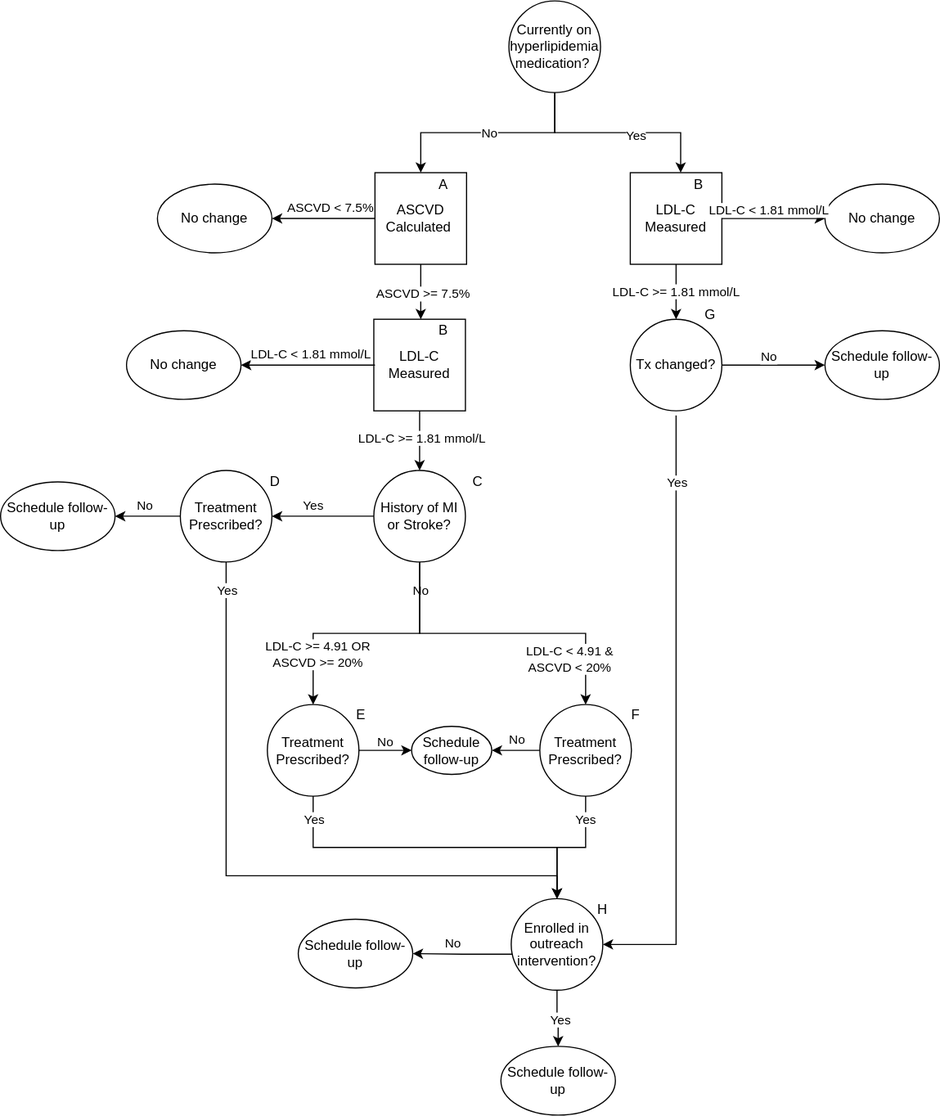
Earlier version of the draw.io export docs/source/concept_models/vivarium_us_cvd/ldl_ramp_all.svg (ihmeuw/vivarium_research). Source tidied: cells renumbered, new cells last; positions are measured from the earlier drawing's top-left corner, leaving out a move shared by most shapes.
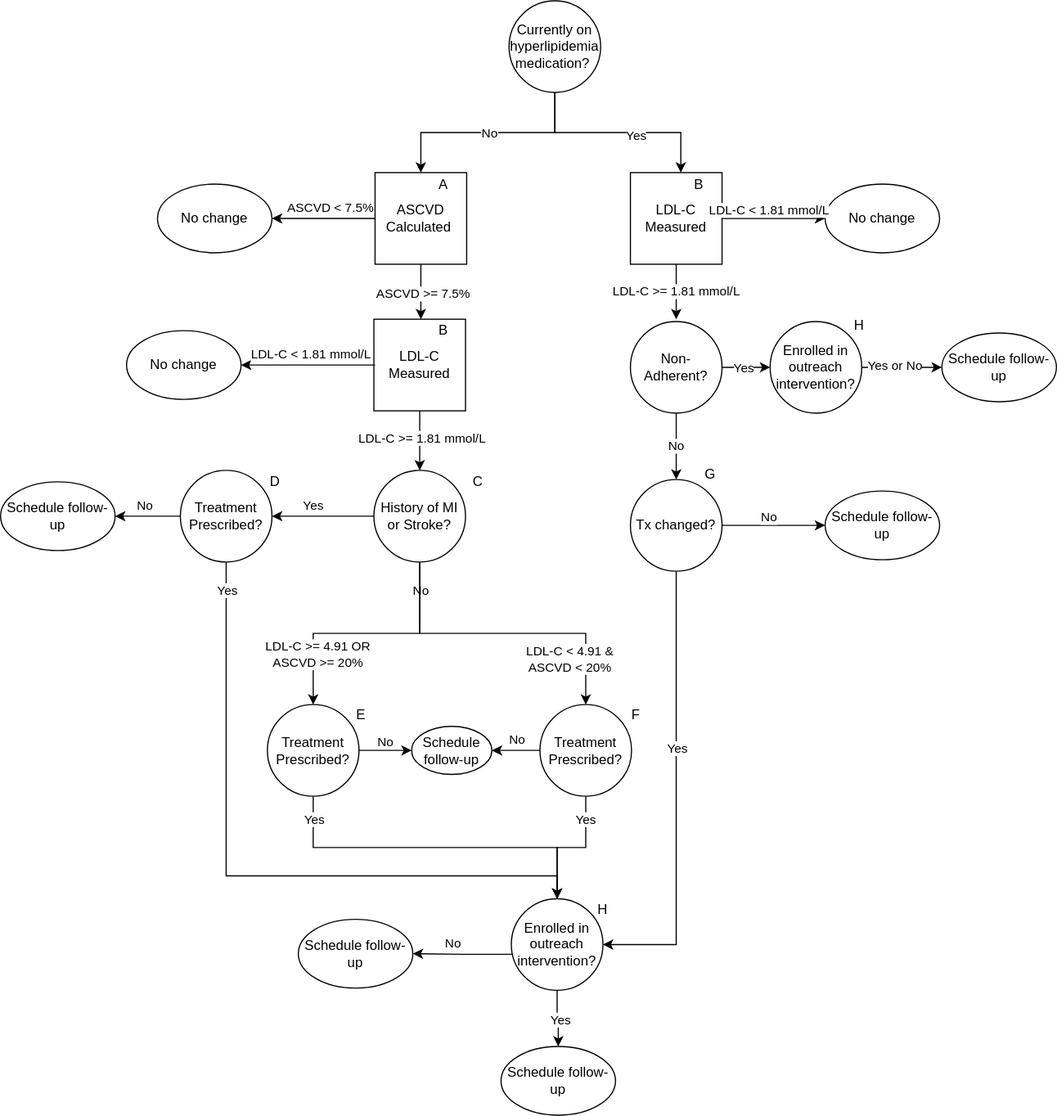
After the commit.

Commit message:
Updating SBP and LDL-C ramps to allow non-adherent folks on interventions

The edit, as a diff of the source:
```diff
@@ -128,9 +128,8 @@
         </Array>
       </mxGeometry>
     </mxCell>
-    <mxCell id="34" style="edgeStyle=orthogonalEdgeStyle;rounded=0;jettySize=auto;html=1;exitX=0.5;exitY=1;exitDx=0;exitDy=0;entryX=1;entryY=0.5;entryDx=0;entryDy=0;" parent="1" edge="1" target="20">
+    <mxCell id="34" style="edgeStyle=orthogonalEdgeStyle;rounded=0;jettySize=auto;html=1;entryX=1;entryY=0.5;entryDx=0;entryDy=0;exitX=0.5;exitY=1;exitDx=0;exitDy=0;" parent="1" edge="1" source="43" target="20">
       <mxGeometry relative="1" as="geometry">
-        <mxPoint x="590" y="362" as="sourcePoint" />
         <Array as="points">
           <mxPoint x="590" y="824" />
         </Array>
@@ -138,11 +137,11 @@
     </mxCell>
     <mxCell id="35" value="Yes" style="edgeLabel;html=1;align=center;verticalAlign=middle;" parent="34" vertex="1">
       <mxGeometry x="0.02" y="1" relative="1" as="geometry">
-        <mxPoint x="-1" y="-211" as="offset" />
+        <mxPoint x="-1" y="-46" as="offset" />
       </mxGeometry>
     </mxCell>
     <mxCell id="36" value="G" style="text;html=1;strokeColor=none;fillColor=none;align=center;verticalAlign=middle;whiteSpace=wrap;rounded=0;" parent="1" vertex="1">
-      <mxGeometry x="610" y="264" width="20" height="20" as="geometry" />
+      <mxGeometry x="610" y="404" width="20" height="20" as="geometry" />
     </mxCell>
     <mxCell id="37" value="No change" style="ellipse;whiteSpace=wrap;html=1;" parent="1" vertex="1">
       <mxGeometry x="720" y="160" width="100" height="60" as="geometry" />
@@ -164,10 +163,10 @@
       </mxGeometry>
     </mxCell>
     <mxCell id="42" value="Schedule follow-up" style="ellipse;whiteSpace=wrap;html=1;" parent="1" vertex="1">
-      <mxGeometry x="720" y="288" width="100" height="60" as="geometry" />
+      <mxGeometry x="720" y="428" width="100" height="60" as="geometry" />
     </mxCell>
     <mxCell id="43" value="Tx changed?" style="ellipse;whiteSpace=wrap;html=1;" parent="1" vertex="1">
-      <mxGeometry x="550" y="278" width="80" height="80" as="geometry" />
+      <mxGeometry x="550" y="418" width="80" height="80" as="geometry" />
     </mxCell>
     <mxCell id="44" value="A" style="text;html=1;strokeColor=none;fillColor=none;align=center;verticalAlign=middle;whiteSpace=wrap;rounded=0;" parent="1" vertex="1">
       <mxGeometry x="367" y="151" width="40" height="20" as="geometry" />
@@ -271,5 +270,41 @@
     <mxCell id="70" value="LDL-C &amp;gt;= 1.81 mmol/L" style="edgeLabel;html=1;align=center;verticalAlign=middle;" parent="1" vertex="1">
       <mxGeometry x="367" y="381" as="geometry" />
     </mxCell>
+    <mxCell id="71" value="Schedule follow-up" style="ellipse;whiteSpace=wrap;html=1;" parent="1" vertex="1">
+      <mxGeometry x="822" y="290" width="100" height="60" as="geometry" />
+    </mxCell>
+    <mxCell id="72" value="Enrolled in outreach intervention?" style="ellipse;whiteSpace=wrap;html=1;" parent="1" vertex="1">
+      <mxGeometry x="672" y="280" width="80" height="80" as="geometry" />
+    </mxCell>
+    <mxCell id="73" value="H" style="text;html=1;strokeColor=none;fillColor=none;align=center;verticalAlign=middle;whiteSpace=wrap;rounded=0;" parent="1" vertex="1">
+      <mxGeometry x="730" y="274" width="40" height="20" as="geometry" />
+    </mxCell>
+    <mxCell id="74" style="edgeStyle=orthogonalEdgeStyle;rounded=0;jettySize=auto;html=1;exitX=1;exitY=0.5;exitDx=0;exitDy=0;entryX=0;entryY=0.5;entryDx=0;entryDy=0;" parent="1" edge="1" source="72" target="71">
+      <mxGeometry relative="1" as="geometry" />
+    </mxCell>
+    <mxCell id="75" value="Yes or No" style="edgeLabel;html=1;align=center;verticalAlign=middle;" parent="74" vertex="1">
+      <mxGeometry x="0.02" y="1" relative="1" as="geometry">
+        <mxPoint x="-8" y="-1" as="offset" />
+      </mxGeometry>
+    </mxCell>
+    <mxCell id="76" value="Non-Adherent?" style="ellipse;whiteSpace=wrap;html=1;" parent="1" vertex="1">
+      <mxGeometry x="550" y="280" width="80" height="80" as="geometry" />
+    </mxCell>
+    <mxCell id="77" value="No" style="edgeStyle=orthogonalEdgeStyle;rounded=0;jettySize=auto;html=1;exitX=0.5;exitY=1;exitDx=0;exitDy=0;entryX=0.5;entryY=0;entryDx=0;entryDy=0;" parent="1" edge="1" source="76" target="43">
+      <mxGeometry relative="1" as="geometry">
+        <Array as="points">
+          <mxPoint x="590" y="394" />
+          <mxPoint x="590" y="394" />
+        </Array>
+      </mxGeometry>
+    </mxCell>
+    <mxCell id="78" style="edgeStyle=orthogonalEdgeStyle;rounded=0;jettySize=auto;html=1;exitX=1;exitY=0.5;exitDx=0;exitDy=0;entryX=0;entryY=0.5;entryDx=0;entryDy=0;" parent="1" edge="1" source="76" target="72">
+      <mxGeometry relative="1" as="geometry" />
+    </mxCell>
+    <mxCell id="79" value="Yes" style="edgeLabel;html=1;align=center;verticalAlign=middle;" parent="78" vertex="1">
+      <mxGeometry x="0.02" y="1" relative="1" as="geometry">
+        <mxPoint x="-4" y="1" as="offset" />
+      </mxGeometry>
+    </mxCell>
   </root>
 </mxGraphModel>
```
